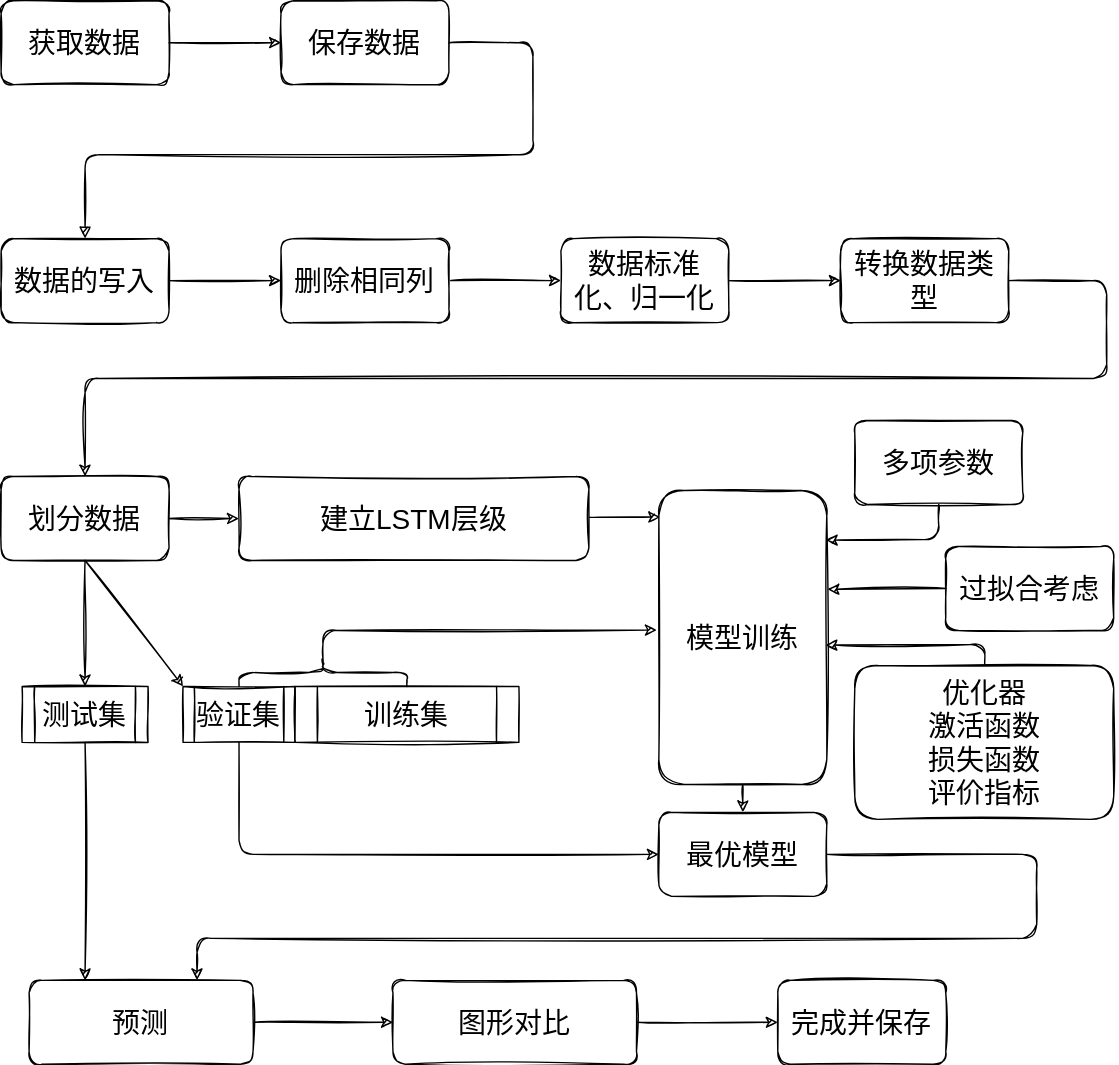
Before: PicGo-Core/流程图_2022-04-01_12:46:24.svg, a diagram exported from draw.io (Peachfart/IMG). Source tidied: cells renumbered, new cells last; positions are measured from the earlier drawing's top-left corner, leaving out a move shared by most shapes.
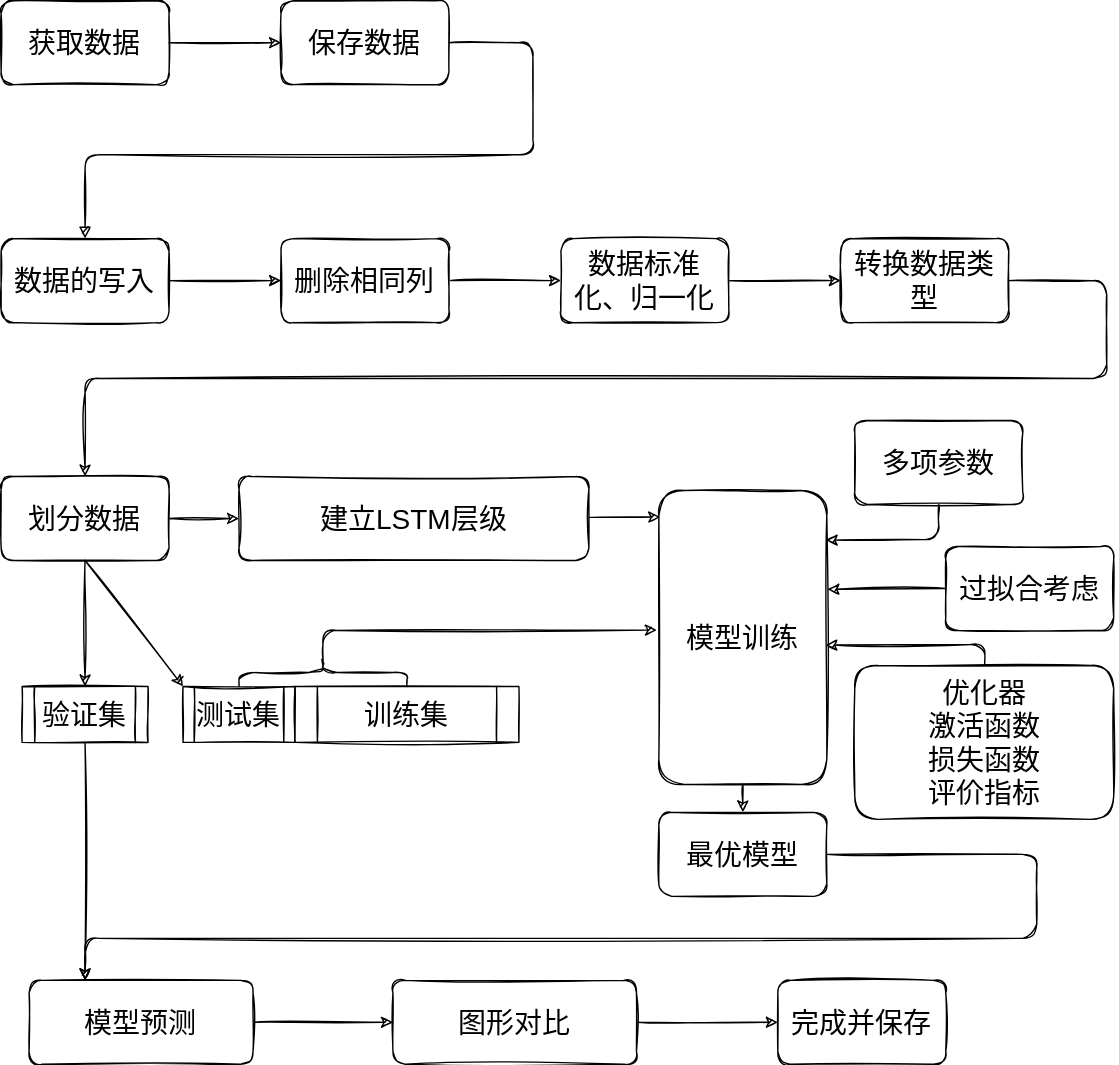
The same diagram one commit later.

Diff of the diagram source:
```diff
@@ -47,10 +47,10 @@
     <mxCell id="14" value="建立LSTM层级" style="rounded=1;whiteSpace=wrap;html=1;fontSize=20;sketch=1;" parent="1" vertex="1">
       <mxGeometry x="170" y="340" width="250" height="60" as="geometry" />
     </mxCell>
-    <mxCell id="15" value="测试集" style="shape=process;whiteSpace=wrap;html=1;backgroundOutline=1;fontSize=20;sketch=1;" parent="1" vertex="1">
+    <mxCell id="15" value="验证集" style="shape=process;whiteSpace=wrap;html=1;backgroundOutline=1;fontSize=20;sketch=1;" parent="1" vertex="1">
       <mxGeometry x="15" y="490" width="90" height="40" as="geometry" />
     </mxCell>
-    <mxCell id="16" value="验证集" style="shape=process;whiteSpace=wrap;html=1;backgroundOutline=1;fontSize=20;sketch=1;" parent="1" vertex="1">
+    <mxCell id="16" value="测试集" style="shape=process;whiteSpace=wrap;html=1;backgroundOutline=1;fontSize=20;sketch=1;" parent="1" vertex="1">
       <mxGeometry x="130" y="490" width="80" height="40" as="geometry" />
     </mxCell>
     <mxCell id="17" value="训练集" style="shape=process;whiteSpace=wrap;html=1;backgroundOutline=1;fontSize=20;sketch=1;" parent="1" vertex="1">
@@ -122,31 +122,24 @@
     <mxCell id="33" style="endArrow=classic;html=1;fontSize=20;exitX=0.5;exitY=1;exitDx=0;exitDy=0;entryX=0.25;entryY=0;entryDx=0;entryDy=0;sketch=1;" parent="1" edge="1" source="15" target="36">
       <mxGeometry relative="1" as="geometry" />
     </mxCell>
-    <mxCell id="34" style="endArrow=classic;html=1;fontSize=20;exitX=1;exitY=0.5;exitDx=0;exitDy=0;entryX=0.75;entryY=0;entryDx=0;entryDy=0;sketch=1;" parent="1" edge="1" source="27" target="36">
+    <mxCell id="34" style="endArrow=classic;html=1;fontSize=20;exitX=1;exitY=0.5;exitDx=0;exitDy=0;entryX=0.25;entryY=0;entryDx=0;entryDy=0;sketch=1;" parent="1" edge="1" source="27" target="36">
       <mxGeometry relative="1" as="geometry">
         <Array as="points">
           <mxPoint x="740" y="610" />
           <mxPoint x="740" y="670" />
-          <mxPoint x="140" y="670" />
+          <mxPoint x="60" y="670" />
         </Array>
       </mxGeometry>
     </mxCell>
     <mxCell id="35" style="edgeStyle=none;html=1;sketch=1;" parent="1" edge="1" source="36" target="40">
       <mxGeometry relative="1" as="geometry" />
     </mxCell>
-    <mxCell id="36" value="预测" style="rounded=1;whiteSpace=wrap;html=1;fontSize=20;sketch=1;" parent="1" vertex="1">
+    <mxCell id="36" value="模型预测" style="rounded=1;whiteSpace=wrap;html=1;fontSize=20;sketch=1;" parent="1" vertex="1">
       <mxGeometry x="20" y="700" width="160" height="60" as="geometry" />
     </mxCell>
     <mxCell id="37" style="shape=curlyBracket;whiteSpace=wrap;html=1;rounded=1;rotation=90;sketch=1;" parent="1" vertex="1">
       <mxGeometry x="220" y="420" width="20" height="120" as="geometry" />
     </mxCell>
-    <mxCell id="38" style="endArrow=classic;html=1;exitX=0.5;exitY=1;exitDx=0;exitDy=0;entryX=0;entryY=0.5;entryDx=0;entryDy=0;sketch=1;" parent="1" edge="1" source="16" target="27">
-      <mxGeometry relative="1" as="geometry">
-        <Array as="points">
-          <mxPoint x="170" y="610" />
-        </Array>
-      </mxGeometry>
-    </mxCell>
     <mxCell id="39" style="edgeStyle=none;html=1;sketch=1;" parent="1" edge="1" source="40" target="41">
       <mxGeometry relative="1" as="geometry" />
     </mxCell>
```
